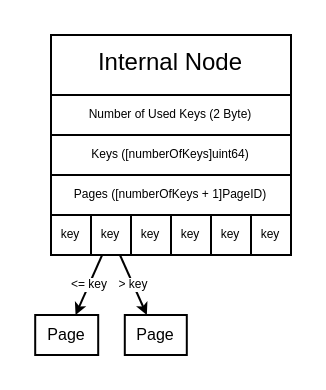
This is presentation/resources/internal_node.drawio from tobiasfamos/KVStore, a draw.io file, before an edit. Source tidied: cells renumbered, new cells numbered last; positions are measured from the earlier drawing's top-left corner, leaving out a move shared by most shapes. Both pictures are drawn from the tidied source at 200%, with x=0, y=0 at pixel (34, 34).
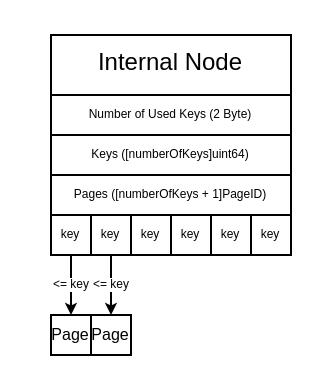
The same page after the edit.

What changed in the source:
```diff
@@
 <mxGraphModel>
   <root>
     <mxCell id="0" />
     <mxCell id="1" parent="0" />
     <mxCell id="2" value="Internal Node" style="rounded=0;whiteSpace=wrap;html=1;verticalAlign=top;" parent="1" vertex="1">
       <mxGeometry x="8" width="120" height="90" as="geometry" />
     </mxCell>
     <mxCell id="3" value="key" style="whiteSpace=wrap;html=1;fontSize=6;" parent="1" vertex="1">
       <mxGeometry x="8" y="90" width="20" height="20" as="geometry" />
     </mxCell>
     <mxCell id="4" value="Number of Used Keys (2 Byte)" style="rounded=0;whiteSpace=wrap;html=1;fontSize=6;verticalAlign=middle;" parent="1" vertex="1">
       <mxGeometry x="8" y="30" width="120" height="20" as="geometry" />
     </mxCell>
     <mxCell id="5" value="Keys ([numberOfKeys]uint64)" style="rounded=0;whiteSpace=wrap;html=1;fontSize=6;verticalAlign=middle;" parent="1" vertex="1">
       <mxGeometry x="8" y="50" width="120" height="20" as="geometry" />
     </mxCell>
     <mxCell id="6" value="Pages ([numberOfKeys + 1]PageID)" style="rounded=0;whiteSpace=wrap;html=1;fontSize=6;verticalAlign=middle;" parent="1" vertex="1">
       <mxGeometry x="8" y="70" width="120" height="20" as="geometry" />
     </mxCell>
     <mxCell id="7" value="key" style="whiteSpace=wrap;html=1;fontSize=6;" parent="1" vertex="1">
       <mxGeometry x="108" y="90" width="20" height="20" as="geometry" />
     </mxCell>
     <mxCell id="8" value="Page" style="rounded=0;whiteSpace=wrap;html=1;fontSize=8;verticalAlign=middle;" parent="1" vertex="1">
-      <mxGeometry x="0.1" y="140" width="31.5" height="20" as="geometry" />
+      <mxGeometry x="8" y="140" width="20" height="20" as="geometry" />
     </mxCell>
     <mxCell id="9" value="Page" style="rounded=0;whiteSpace=wrap;html=1;fontSize=8;verticalAlign=middle;" parent="1" vertex="1">
-      <mxGeometry x="44.9" y="140" width="31" height="20" as="geometry" />
+      <mxGeometry x="28" y="140" width="20" height="20" as="geometry" />
     </mxCell>
-    <mxCell id="10" value="&amp;lt;= key" style="rounded=0;jettySize=auto;html=1;fontSize=6;endSize=3;" parent="1" edge="1" source="12" target="8">
+    <mxCell id="10" value="&amp;lt;= key" style="rounded=0;jettySize=auto;html=1;fontSize=6;endSize=3;" parent="1" edge="1" source="3" target="8">
       <mxGeometry relative="1" as="geometry" />
     </mxCell>
-    <mxCell id="11" value="&amp;gt; key" style="edgeStyle=none;rounded=0;jettySize=auto;html=1;fontSize=6;endSize=3;" parent="1" edge="1" source="12" target="9">
+    <mxCell id="11" value="&amp;lt;= key" style="edgeStyle=none;rounded=0;jettySize=auto;html=1;fontSize=6;endSize=3;" parent="1" edge="1" source="12" target="9">
       <mxGeometry relative="1" as="geometry" />
     </mxCell>
     <mxCell id="12" value="key" style="whiteSpace=wrap;html=1;fontSize=6;" parent="1" vertex="1">
       <mxGeometry x="28" y="90" width="20" height="20" as="geometry" />
     </mxCell>
     <mxCell id="13" value="key" style="whiteSpace=wrap;html=1;fontSize=6;" parent="1" vertex="1">
       <mxGeometry x="48" y="90" width="20" height="20" as="geometry" />
     </mxCell>
     <mxCell id="14" value="key" style="whiteSpace=wrap;html=1;fontSize=6;" parent="1" vertex="1">
       <mxGeometry x="68" y="90" width="20" height="20" as="geometry" />
     </mxCell>
     <mxCell id="15" value="key" style="whiteSpace=wrap;html=1;fontSize=6;" parent="1" vertex="1">
       <mxGeometry x="88" y="90" width="20" height="20" as="geometry" />
     </mxCell>
   </root>
 </mxGraphModel>
```
